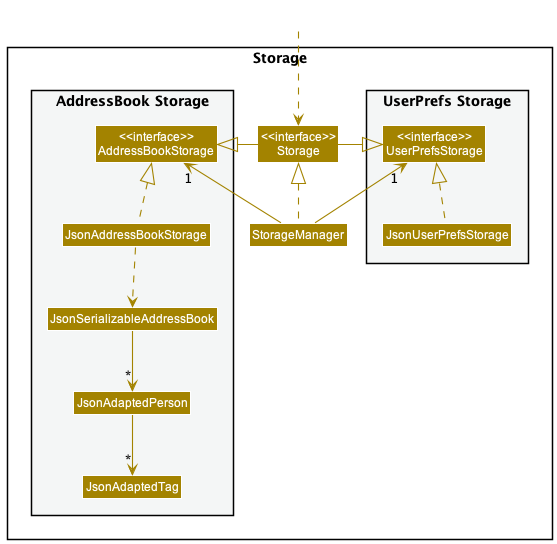
Before: docs/images/StorageClassDiagram.png, a diagram exported from PlantUML (nus-cs2103-AY2223S2/tp).
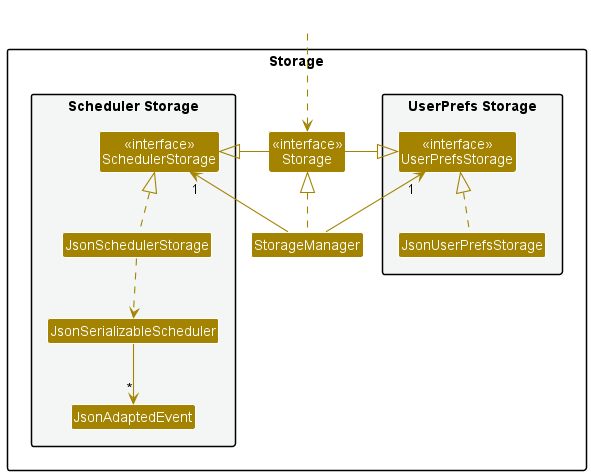
After the commit.

Diff of the diagram source:
```diff
@@ -4,7 +4,7 @@
 skinparam arrowColor STORAGE_COLOR
 skinparam classBackgroundColor STORAGE_COLOR
 
-package Storage{
+package Storage as StoragePackage{
 
 package "UserPrefs Storage" #F4F6F6{
 Class "<<interface>>\nUserPrefsStorage" as UserPrefsStorage
@@ -14,12 +14,11 @@
 Class "<<interface>>\nStorage" as Storage
 Class StorageManager
 
-package "AddressBook Storage" #F4F6F6{
-Class "<<interface>>\nAddressBookStorage" as AddressBookStorage
-Class JsonAddressBookStorage
-Class JsonSerializableAddressBook
-Class JsonAdaptedPerson
-Class JsonAdaptedTag
+package "Scheduler Storage" #F4F6F6{
+Class "<<interface>>\nSchedulerStorage" as SchedulerStorage
+Class JsonSchedulerStorage
+Class JsonSerializableScheduler
+Class JsonAdaptedEvent
 }
 
 }
@@ -29,15 +28,13 @@
 
 StorageManager .up.|> Storage
 StorageManager -up-> "1" UserPrefsStorage
-StorageManager -up-> "1" AddressBookStorage
+StorageManager -up-> "1" SchedulerStorage
 
 Storage -left-|> UserPrefsStorage
-Storage -right-|> AddressBookStorage
+Storage -right-|> SchedulerStorage
 
 JsonUserPrefsStorage .up.|> UserPrefsStorage
-JsonAddressBookStorage .up.|> AddressBookStorage
-JsonAddressBookStorage ..> JsonSerializableAddressBook
-JsonSerializableAddressBook --> "*" JsonAdaptedPerson
-JsonAdaptedPerson --> "*" JsonAdaptedTag
-
+JsonSchedulerStorage .up.|> SchedulerStorage
+JsonSchedulerStorage ..> JsonSerializableScheduler
+JsonSerializableScheduler --> "*" JsonAdaptedEvent
 @enduml
```
